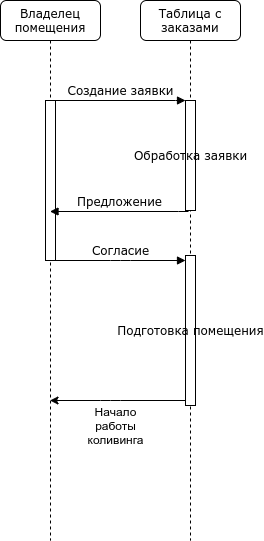
Before: uml/seq_1.png, a diagram exported from draw.io (mikle9997/software-architecture-design). Source tidied: cells renumbered, new cells last; positions are measured from the earlier drawing's top-left corner, leaving out a move shared by most shapes.
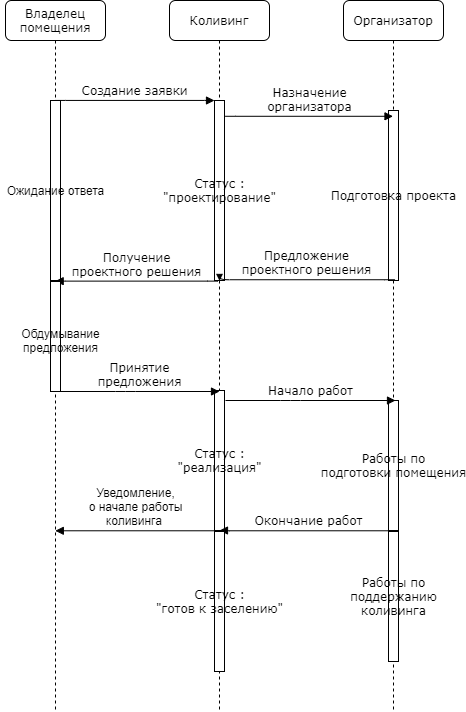
After the commit.

What changed in the source:
```diff
@@ -2,43 +2,89 @@
   <root>
     <mxCell id="0" />
     <mxCell id="1" parent="0" />
-    <mxCell id="2" value="Таблица с заказами" style="shape=umlLifeline;perimeter=lifelinePerimeter;whiteSpace=wrap;html=1;rounded=1;shadow=0;comic=0;labelBackgroundColor=none;strokeWidth=1;fontFamily=Verdana;fontSize=12;align=center;" parent="1" vertex="1">
-      <mxGeometry x="140" width="100" height="540" as="geometry" />
+    <mxCell id="2" value="Коливинг" style="shape=umlLifeline;perimeter=lifelinePerimeter;whiteSpace=wrap;html=1;rounded=1;shadow=0;comic=0;labelBackgroundColor=none;strokeWidth=1;fontFamily=Verdana;fontSize=12;align=center;" parent="1" vertex="1">
+      <mxGeometry x="164" width="100" height="710" as="geometry" />
     </mxCell>
-    <mxCell id="3" value="Обработка заявки" style="html=1;points=[];perimeter=orthogonalPerimeter;rounded=0;shadow=0;comic=0;labelBackgroundColor=none;strokeWidth=1;fontFamily=Verdana;fontSize=12;align=center;" parent="2" vertex="1">
-      <mxGeometry x="45" y="100" width="10" height="110" as="geometry" />
+    <mxCell id="3" value="Статус :&lt;br&gt;&quot;проектирование&quot;" style="html=1;points=[];perimeter=orthogonalPerimeter;rounded=0;shadow=0;comic=0;labelBackgroundColor=none;strokeWidth=1;fontFamily=Verdana;fontSize=12;align=center;" parent="2" vertex="1">
+      <mxGeometry x="45" y="100" width="10" height="180" as="geometry" />
     </mxCell>
-    <mxCell id="4" value="Подготовка помещения" style="html=1;points=[];perimeter=orthogonalPerimeter;rounded=0;shadow=0;comic=0;labelBackgroundColor=none;strokeWidth=1;fontFamily=Verdana;fontSize=12;align=center;" parent="2" vertex="1">
-      <mxGeometry x="45" y="255" width="10" height="150" as="geometry" />
+    <mxCell id="4" value="Статус :&lt;br&gt;&quot;реализация&quot;" style="html=1;points=[];perimeter=orthogonalPerimeter;rounded=0;shadow=0;comic=0;labelBackgroundColor=none;strokeWidth=1;fontFamily=Verdana;fontSize=12;align=center;" parent="2" vertex="1">
+      <mxGeometry x="45" y="390" width="10" height="140" as="geometry" />
     </mxCell>
     <mxCell id="5" value="Владелец помещения" style="shape=umlLifeline;perimeter=lifelinePerimeter;whiteSpace=wrap;html=1;outlineConnect=0;rounded=1;shadow=0;comic=0;labelBackgroundColor=none;strokeWidth=1;fontFamily=Verdana;fontSize=12;align=center;" parent="1" vertex="1">
-      <mxGeometry width="100" height="540" as="geometry" />
+      <mxGeometry width="100" height="710" as="geometry" />
     </mxCell>
     <mxCell id="6" style="html=1;points=[];perimeter=orthogonalPerimeter;rounded=0;shadow=0;comic=0;labelBackgroundColor=none;strokeWidth=1;fontFamily=Verdana;fontSize=12;align=center;" parent="5" vertex="1">
-      <mxGeometry x="45" y="100" width="10" height="160" as="geometry" />
+      <mxGeometry x="45" y="100" width="10" height="180" as="geometry" />
     </mxCell>
+    <mxCell id="12" value="Ожидание ответа" style="text;html=1;align=center;verticalAlign=middle;" parent="5" vertex="1">
+      <mxGeometry x="-5" y="180" width="110" height="20" as="geometry" />
+    </mxCell>
     <mxCell id="7" value="Создание заявки" style="html=1;verticalAlign=bottom;endArrow=block;entryX=0;entryY=0;labelBackgroundColor=none;fontFamily=Verdana;fontSize=12;edgeStyle=elbowEdgeStyle;elbow=vertical;" parent="1" edge="1" source="6" target="3">
       <mxGeometry relative="1" as="geometry" />
     </mxCell>
-    <mxCell id="8" value="Предложение" style="html=1;verticalAlign=bottom;endArrow=block;labelBackgroundColor=none;fontFamily=Verdana;fontSize=12;edgeStyle=elbowEdgeStyle;elbow=vertical;exitX=0.3;exitY=1.009;exitDx=0;exitDy=0;exitPerimeter=0;" parent="1" edge="1" source="3" target="5">
-      <mxGeometry relative="1" as="geometry" />
+    <mxCell id="8" value="Получение&lt;br&gt;проектного решения" style="html=1;verticalAlign=bottom;endArrow=block;labelBackgroundColor=none;fontFamily=Verdana;fontSize=12;edgeStyle=elbowEdgeStyle;elbow=vertical;exitX=0.3;exitY=1.009;exitDx=0;exitDy=0;exitPerimeter=0;" parent="1" edge="1">
+      <mxGeometry relative="1" as="geometry">
+        <mxPoint x="212" y="281.1" as="sourcePoint" />
+        <mxPoint x="49.7" y="280.7" as="targetPoint" />
+      </mxGeometry>
     </mxCell>
-    <mxCell id="9" value="Согласие" style="html=1;verticalAlign=bottom;endArrow=block;labelBackgroundColor=none;fontFamily=Verdana;fontSize=12;edgeStyle=elbowEdgeStyle;elbow=vertical;" parent="1" edge="1" source="6" target="4">
+    <mxCell id="9" value="Принятие&lt;br&gt;предложения" style="html=1;verticalAlign=bottom;endArrow=block;labelBackgroundColor=none;fontFamily=Verdana;fontSize=12;edgeStyle=elbowEdgeStyle;elbow=vertical;" parent="1" edge="1">
       <mxGeometry relative="1" as="geometry">
+        <mxPoint x="55" y="391" as="sourcePoint" />
+        <mxPoint x="214" y="391" as="targetPoint" />
         <Array as="points">
-          <mxPoint x="120" y="260" />
+          <mxPoint x="120" y="391" />
         </Array>
       </mxGeometry>
     </mxCell>
-    <mxCell id="10" style="endArrow=classic;html=1;" parent="1" edge="1" source="4" target="5">
-      <mxGeometry relative="1" as="geometry">
-        <Array as="points">
-          <mxPoint x="110" y="400" />
-        </Array>
-      </mxGeometry>
-    </mxCell>
-    <mxCell id="11" value="Начало&lt;br&gt;работы&lt;br&gt;коливинга" style="text;html=1;align=center;verticalAlign=middle;" parent="1" vertex="1">
-      <mxGeometry x="80" y="400" width="70" height="50" as="geometry" />
-    </mxCell>
+    <mxCell id="13" value="Организатор" style="shape=umlLifeline;perimeter=lifelinePerimeter;whiteSpace=wrap;html=1;outlineConnect=0;rounded=1;shadow=0;comic=0;labelBackgroundColor=none;strokeWidth=1;fontFamily=Verdana;fontSize=12;align=center;" parent="1" vertex="1">
+      <mxGeometry x="338" width="100" height="710" as="geometry" />
+    </mxCell>
+    <mxCell id="14" value="Подготовка проекта" style="html=1;perimeter=orthogonalPerimeter;rounded=0;shadow=0;comic=0;labelBackgroundColor=none;strokeWidth=1;fontFamily=Verdana;fontSize=12;align=center;" parent="13" vertex="1">
+      <mxGeometry x="45" y="110" width="10" height="170" as="geometry" />
+    </mxCell>
+    <mxCell id="15" value="Назначение&lt;br&gt;организатора" style="html=1;verticalAlign=bottom;endArrow=block;labelBackgroundColor=none;fontFamily=Verdana;fontSize=12;edgeStyle=elbowEdgeStyle;elbow=vertical;exitX=1.083;exitY=0.089;exitDx=0;exitDy=0;exitPerimeter=0;" parent="1" edge="1" source="3" target="13">
+      <mxGeometry relative="1" as="geometry" />
+    </mxCell>
+    <mxCell id="16" value="Предложение&lt;br&gt;проектного решения" style="html=1;verticalAlign=bottom;endArrow=block;labelBackgroundColor=none;fontFamily=Verdana;fontSize=12;edgeStyle=elbowEdgeStyle;elbow=vertical;exitX=0.617;exitY=0.991;exitDx=0;exitDy=0;exitPerimeter=0;" parent="1" edge="1">
+      <mxGeometry relative="1" as="geometry">
+        <mxPoint x="389.2" y="279" as="sourcePoint" />
+        <mxPoint x="214" y="280" as="targetPoint" />
+      </mxGeometry>
+    </mxCell>
+    <mxCell id="17" style="html=1;perimeter=orthogonalPerimeter;rounded=0;shadow=0;comic=0;labelBackgroundColor=none;strokeWidth=1;fontFamily=Verdana;fontSize=12;align=center;" parent="1" vertex="1">
+      <mxGeometry x="45" y="281" width="10" height="110" as="geometry" />
+    </mxCell>
+    <mxCell id="18" value="Обдумывание&lt;br&gt;предложения" style="text;html=1;align=center;verticalAlign=middle;" parent="1" vertex="1">
+      <mxGeometry x="10" y="325" width="90" height="30" as="geometry" />
+    </mxCell>
+    <mxCell id="19" value="Работы по&lt;br&gt;подготовки помещения" style="html=1;points=[];perimeter=orthogonalPerimeter;rounded=0;shadow=0;comic=0;labelBackgroundColor=none;strokeWidth=1;fontFamily=Verdana;fontSize=12;align=center;" parent="1" vertex="1">
+      <mxGeometry x="383" y="400" width="10" height="130" as="geometry" />
+    </mxCell>
+    <mxCell id="20" value="Начало работ" style="html=1;verticalAlign=bottom;endArrow=block;labelBackgroundColor=none;fontFamily=Verdana;fontSize=12;edgeStyle=elbowEdgeStyle;elbow=vertical;entryX=0.7;entryY=0;entryDx=0;entryDy=0;entryPerimeter=0;" parent="1" edge="1" target="19">
+      <mxGeometry relative="1" as="geometry">
+        <mxPoint x="220" y="400" as="sourcePoint" />
+        <Array as="points">
+          <mxPoint x="285" y="400" />
+        </Array>
+      </mxGeometry>
+    </mxCell>
+    <mxCell id="21" value="Окончание работ" style="html=1;verticalAlign=bottom;endArrow=block;labelBackgroundColor=none;fontFamily=Verdana;fontSize=12;edgeStyle=elbowEdgeStyle;elbow=vertical;exitX=0.3;exitY=1.009;exitDx=0;exitDy=0;exitPerimeter=0;" parent="1" edge="1" target="4">
+      <mxGeometry relative="1" as="geometry">
+        <mxPoint x="393" y="530.4" as="sourcePoint" />
+      </mxGeometry>
+    </mxCell>
+    <mxCell id="22" value="&lt;span style=&quot;font-family: &amp;#34;helvetica&amp;#34;&quot;&gt;Уведомление,&lt;/span&gt;&lt;br style=&quot;font-family: &amp;#34;helvetica&amp;#34;&quot;&gt;&lt;span style=&quot;font-family: &amp;#34;helvetica&amp;#34;&quot;&gt;о начале работы&lt;br&gt;коливинга&amp;nbsp;&lt;/span&gt;" style="html=1;verticalAlign=bottom;endArrow=block;labelBackgroundColor=none;fontFamily=Verdana;fontSize=12;edgeStyle=elbowEdgeStyle;elbow=vertical;exitX=0.3;exitY=1.009;exitDx=0;exitDy=0;exitPerimeter=0;" parent="1" edge="1" target="5">
+      <mxGeometry relative="1" as="geometry">
+        <mxPoint x="209.5" y="530.1" as="sourcePoint" />
+      </mxGeometry>
+    </mxCell>
+    <mxCell id="23" value="Статус :&lt;br&gt;&quot;готов к заселению&quot;" style="html=1;perimeter=orthogonalPerimeter;rounded=0;shadow=0;comic=0;labelBackgroundColor=none;strokeWidth=1;fontFamily=Verdana;fontSize=12;align=center;" parent="1" vertex="1">
+      <mxGeometry x="209" y="531" width="10" height="140" as="geometry" />
+    </mxCell>
+    <mxCell id="24" value="Работы по&lt;br&gt;поддержанию&lt;br&gt;коливинга" style="html=1;perimeter=orthogonalPerimeter;rounded=0;shadow=0;comic=0;labelBackgroundColor=none;strokeWidth=1;fontFamily=Verdana;fontSize=12;align=center;" parent="1" vertex="1">
+      <mxGeometry x="383" y="531" width="10" height="130" as="geometry" />
+    </mxCell>
   </root>
 </mxGraphModel>
```
